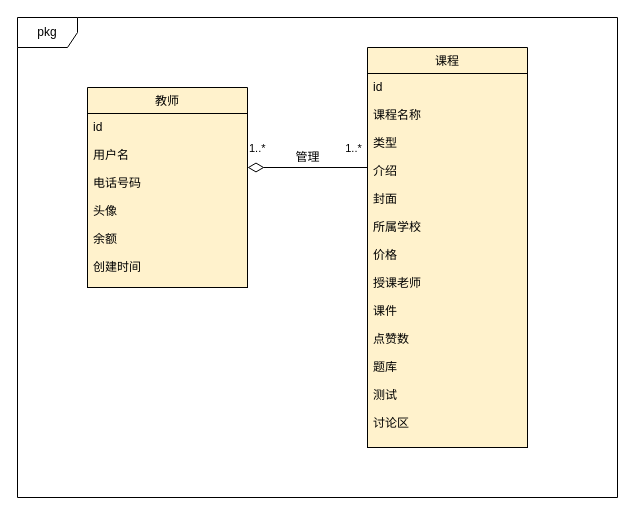
The draw.io diagram 管理课程概念类图.drawio in hu19891213/image, before the edit. Source tidied: cells renumbered, new cells numbered last; positions are measured from the earlier drawing's top-left corner, leaving out a move shared by most shapes. Both pictures are drawn from the tidied source at 100%, with x=0, y=0 at pixel (17, 17).
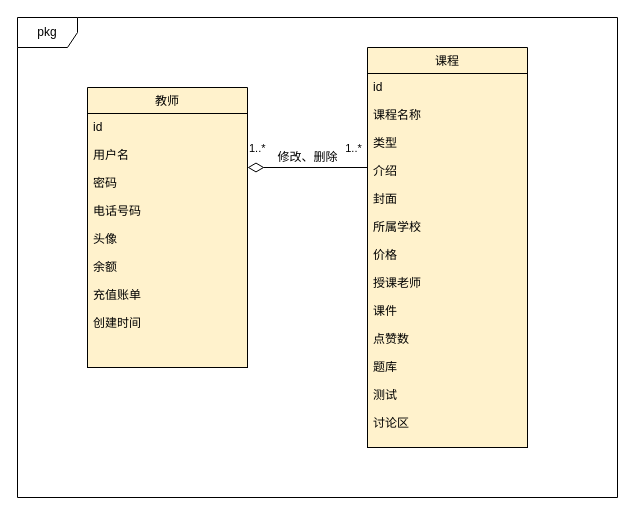
The same page after the edit.

Commit message:
更新管理课程概念类图.drawio

Diff of the diagram source:
```diff
@@
 <mxGraphModel>
   <root>
     <mxCell id="0" />
     <mxCell id="1" parent="0" />
     <mxCell id="2" value="pkg" style="shape=umlFrame;whiteSpace=wrap;html=1;strokeColor=#000000;" parent="1" vertex="1">
       <mxGeometry width="600" height="480" as="geometry" />
     </mxCell>
     <mxCell id="3" value="教师" style="swimlane;fontStyle=0;horizontal=1;startSize=26;fillColor=#fff2cc;" parent="1" vertex="1">
-      <mxGeometry x="70" y="70" width="160" height="200" as="geometry" />
+      <mxGeometry x="70" y="70" width="160" height="280" as="geometry" />
     </mxCell>
-    <mxCell id="4" value="id&#10;&#10;用户名&#10;&#10;电话号码&#10;&#10;头像&#10;&#10;余额&#10;&#10;创建时间" style="text;fillColor=#fff2cc;align=left;verticalAlign=top;spacingLeft=4;spacingRight=4;overflow=hidden;strokeColor=#000000;" parent="3" vertex="1">
-      <mxGeometry y="26" width="160" height="174" as="geometry" />
+    <mxCell id="4" value="id&#10;&#10;用户名&#10;&#10;密码&#10;&#10;电话号码&#10;&#10;头像&#10;&#10;余额&#10;&#10;充值账单&#10;&#10;创建时间" style="text;fillColor=#fff2cc;align=left;verticalAlign=top;spacingLeft=4;spacingRight=4;overflow=hidden;strokeColor=#000000;" parent="3" vertex="1">
+      <mxGeometry y="26" width="160" height="254" as="geometry" />
     </mxCell>
     <mxCell id="5" value="1..*" style="endArrow=none;html=1;endSize=12;startArrow=diamondThin;startSize=14;startFill=0;edgeStyle=orthogonalEdgeStyle;align=left;verticalAlign=bottom;endFill=0;" parent="1" edge="1">
       <mxGeometry x="-1" y="10" relative="1" as="geometry">
         <mxPoint x="230" y="150" as="sourcePoint" />
         <mxPoint x="350" y="150" as="targetPoint" />
       </mxGeometry>
     </mxCell>
     <mxCell id="6" value="1..*" style="edgeLabel;html=1;align=center;verticalAlign=middle;" parent="5" vertex="1">
       <mxGeometry x="0.77" y="3" relative="1" as="geometry">
         <mxPoint x="-1" y="-17" as="offset" />
       </mxGeometry>
     </mxCell>
     <mxCell id="7" value="课程" style="swimlane;fontStyle=0;horizontal=1;startSize=26;fillColor=#fff2cc;" parent="1" vertex="1">
       <mxGeometry x="350" y="30" width="160" height="400" as="geometry" />
     </mxCell>
     <mxCell id="8" value="id&#10;&#10;课程名称&#10;&#10;类型&#10;&#10;介绍&#10;&#10;封面&#10;&#10;所属学校&#10;&#10;价格&#10;&#10;授课老师&#10;&#10;课件&#10;&#10;点赞数&#10;&#10;题库&#10;&#10;测试&#10;&#10;讨论区" style="text;fillColor=#fff2cc;align=left;verticalAlign=top;spacingLeft=4;spacingRight=4;overflow=hidden;strokeColor=#000000;" parent="7" vertex="1">
       <mxGeometry y="26" width="160" height="374" as="geometry" />
     </mxCell>
-    <mxCell id="9" value="管理" style="text;html=1;align=center;verticalAlign=middle;fillColor=none;strokeColor=none;rounded=0;" parent="1" vertex="1">
-      <mxGeometry x="270" y="130" width="40" height="20" as="geometry" />
+    <mxCell id="9" value="修改、删除" style="text;html=1;align=center;verticalAlign=middle;fillColor=none;strokeColor=none;rounded=0;" parent="1" vertex="1">
+      <mxGeometry x="250" y="130" width="80" height="20" as="geometry" />
     </mxCell>
   </root>
 </mxGraphModel>
```
